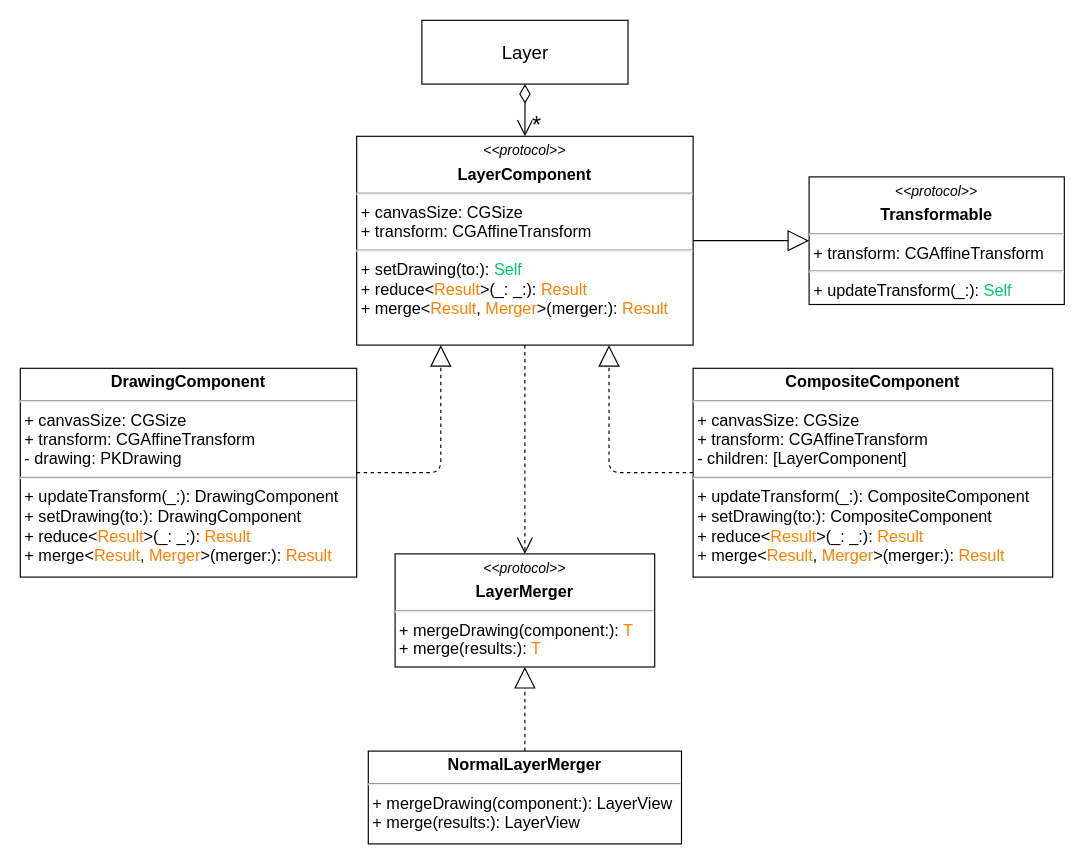
The draw.io diagram diagrams/LayerDiagram.drawio in CS3217-Storyteller/storyteller-app, before the edit. Source tidied: cells renumbered, new cells numbered last; positions are measured from the earlier drawing's top-left corner, leaving out a move shared by most shapes. Both pictures are drawn from the tidied source at 116%, with x=0, y=0 at pixel (20, 20).
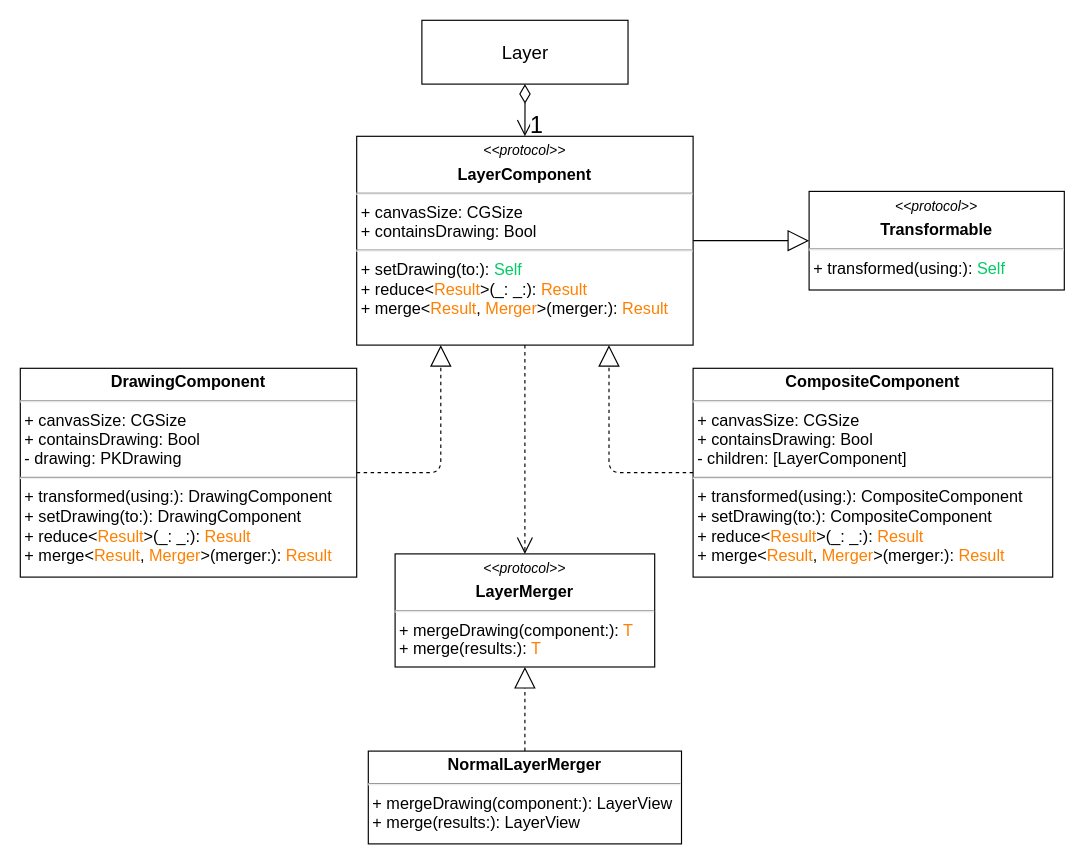
The same page after the edit.

Commit message (it also covers changes not shown here):
Update View Diagram

Unchanged cells that the change refers to:
```xml
<mxCell id="3" style="endArrow=open;html=1;endSize=12;startArrow=diamondThin;startSize=14;startFill=0;edgeStyle=orthogonalEdgeStyle;align=left;verticalAlign=bottom;exitX=0.5;exitY=1;exitDx=0;exitDy=0;entryX=0.5;entryY=0;entryDx=0;entryDy=0;" parent="1" edge="1" source="2" target="11">
  <mxGeometry x="575.9" y="-891" as="geometry" />
</mxCell>
```

The edit, as a diff of the source:
```diff
@@
-    <mxCell id="4" value="&lt;font style=&quot;font-size: 20px&quot;&gt;*&lt;/font&gt;" style="edgeLabel;html=1;align=center;verticalAlign=middle;" parent="3" vertex="1">
+    <mxCell id="4" value="&lt;font style=&quot;font-size: 20px&quot;&gt;1&lt;/font&gt;" style="edgeLabel;html=1;align=center;verticalAlign=middle;" parent="3" vertex="1">
       <mxGeometry relative="1" as="geometry">
         <mxPoint x="9.4" y="12" as="offset" />
       </mxGeometry>
     </mxCell>
@@
-    <mxCell id="10" value="&lt;p style=&quot;margin: 4px 0px 0px ; text-align: center ; font-size: 14px&quot;&gt;&lt;b style=&quot;font-size: 14px&quot;&gt;DrawingComponent&lt;/b&gt;&lt;/p&gt;&lt;hr style=&quot;font-size: 14px&quot;&gt;&lt;p style=&quot;margin: 0px 0px 0px 4px ; font-size: 14px&quot;&gt;+ canvasSize: CGSize&lt;/p&gt;&lt;p style=&quot;margin: 0px 0px 0px 4px ; font-size: 14px&quot;&gt;+&amp;nbsp;transform: CGAffineTransform&lt;/p&gt;&lt;p style=&quot;margin: 0px 0px 0px 4px ; font-size: 14px&quot;&gt;-&amp;nbsp;drawing: PKDrawing&amp;nbsp;&lt;/p&gt;&lt;hr style=&quot;font-size: 14px&quot;&gt;&lt;p style=&quot;margin: 0px 0px 0px 4px ; font-size: 14px&quot;&gt;+ updateTransform(_:): DrawingComponent&lt;br&gt;&lt;/p&gt;&lt;p style=&quot;margin: 0px 0px 0px 4px ; font-size: 14px&quot;&gt;+ setDrawing(to:): DrawingComponent&lt;/p&gt;&lt;p style=&quot;margin: 0px 0px 0px 4px ; font-size: 14px&quot;&gt;+ reduce&amp;lt;&lt;font color=&quot;#ff8000&quot;&gt;Result&lt;/font&gt;&amp;gt;(_: _:): &lt;font color=&quot;#ff8000&quot;&gt;Result&lt;/font&gt;&lt;/p&gt;&lt;p style=&quot;margin: 0px 0px 0px 4px ; font-size: 14px&quot;&gt;+&amp;nbsp;merge&amp;lt;&lt;font color=&quot;#ff8000&quot;&gt;Result&lt;/font&gt;, &lt;font color=&quot;#ff8000&quot;&gt;Merger&lt;/font&gt;&amp;gt;(merger:): &lt;font color=&quot;#ff8000&quot;&gt;Result&lt;/font&gt;&lt;/p&gt;" style="verticalAlign=top;align=left;overflow=fill;fontSize=14;fontFamily=Helvetica;html=1;" parent="1" vertex="1">
+    <mxCell id="10" value="&lt;p style=&quot;margin: 4px 0px 0px ; text-align: center ; font-size: 14px&quot;&gt;&lt;b style=&quot;font-size: 14px&quot;&gt;DrawingComponent&lt;/b&gt;&lt;/p&gt;&lt;hr style=&quot;font-size: 14px&quot;&gt;&lt;p style=&quot;margin: 0px 0px 0px 4px ; font-size: 14px&quot;&gt;+ canvasSize: CGSize&lt;/p&gt;&lt;p style=&quot;margin: 0px 0px 0px 4px ; font-size: 14px&quot;&gt;+ containsDrawing: Bool&lt;/p&gt;&lt;p style=&quot;margin: 0px 0px 0px 4px ; font-size: 14px&quot;&gt;-&amp;nbsp;drawing: PKDrawing&amp;nbsp;&lt;/p&gt;&lt;hr style=&quot;font-size: 14px&quot;&gt;&lt;p style=&quot;margin: 0px 0px 0px 4px ; font-size: 14px&quot;&gt;+ transformed(using:): DrawingComponent&lt;br&gt;&lt;/p&gt;&lt;p style=&quot;margin: 0px 0px 0px 4px ; font-size: 14px&quot;&gt;+ setDrawing(to:): DrawingComponent&lt;/p&gt;&lt;p style=&quot;margin: 0px 0px 0px 4px ; font-size: 14px&quot;&gt;+ reduce&amp;lt;&lt;font color=&quot;#ff8000&quot;&gt;Result&lt;/font&gt;&amp;gt;(_: _:): &lt;font color=&quot;#ff8000&quot;&gt;Result&lt;/font&gt;&lt;/p&gt;&lt;p style=&quot;margin: 0px 0px 0px 4px ; font-size: 14px&quot;&gt;+&amp;nbsp;merge&amp;lt;&lt;font color=&quot;#ff8000&quot;&gt;Result&lt;/font&gt;, &lt;font color=&quot;#ff8000&quot;&gt;Merger&lt;/font&gt;&amp;gt;(merger:): &lt;font color=&quot;#ff8000&quot;&gt;Result&lt;/font&gt;&lt;/p&gt;" style="verticalAlign=top;align=left;overflow=fill;fontSize=14;fontFamily=Helvetica;html=1;" parent="1" vertex="1">
       <mxGeometry y="300" width="290" height="180" as="geometry" />
     </mxCell>
-    <mxCell id="11" value="&lt;p style=&quot;margin: 4px 0px 0px ; text-align: center ; font-size: 14px&quot;&gt;&lt;i style=&quot;font-size: 12px&quot;&gt;&amp;lt;&amp;lt;protocol&amp;gt;&amp;gt;&lt;/i&gt;&lt;b style=&quot;font-size: 14px&quot;&gt;&lt;br&gt;&lt;/b&gt;&lt;/p&gt;&lt;p style=&quot;margin: 4px 0px 0px ; text-align: center ; font-size: 14px&quot;&gt;&lt;b style=&quot;font-size: 14px&quot;&gt;LayerComponent&lt;/b&gt;&lt;/p&gt;&lt;hr style=&quot;font-size: 14px&quot;&gt;&lt;p style=&quot;margin: 0px 0px 0px 4px ; font-size: 14px&quot;&gt;+ canvasSize: CGSize&lt;/p&gt;&lt;p style=&quot;margin: 0px 0px 0px 4px ; font-size: 14px&quot;&gt;+&amp;nbsp;transform: CGAffineTransform&lt;br&gt;&lt;/p&gt;&lt;hr style=&quot;font-size: 14px&quot;&gt;&lt;p style=&quot;margin: 0px 0px 0px 4px ; font-size: 14px&quot;&gt;+ setDrawing(to:): &lt;font color=&quot;#00cc66&quot;&gt;Self&lt;/font&gt;&lt;/p&gt;&lt;p style=&quot;margin: 0px 0px 0px 4px&quot;&gt;+ reduce&amp;lt;&lt;font color=&quot;#ff8000&quot;&gt;Result&lt;/font&gt;&amp;gt;(_: _:):&amp;nbsp;&lt;font color=&quot;#ff8000&quot;&gt;Result&lt;/font&gt;&lt;/p&gt;&lt;p style=&quot;margin: 0px 0px 0px 4px&quot;&gt;+&amp;nbsp;merge&amp;lt;&lt;font color=&quot;#ff8000&quot;&gt;Result&lt;/font&gt;,&amp;nbsp;&lt;font color=&quot;#ff8000&quot;&gt;Merger&lt;/font&gt;&amp;gt;(merger:):&amp;nbsp;&lt;font color=&quot;#ff8000&quot;&gt;Result&lt;/font&gt;&lt;/p&gt;" style="verticalAlign=top;align=left;overflow=fill;fontSize=14;fontFamily=Helvetica;html=1;" parent="1" vertex="1">
+    <mxCell id="11" value="&lt;p style=&quot;margin: 4px 0px 0px ; text-align: center ; font-size: 14px&quot;&gt;&lt;i style=&quot;font-size: 12px&quot;&gt;&amp;lt;&amp;lt;protocol&amp;gt;&amp;gt;&lt;/i&gt;&lt;b style=&quot;font-size: 14px&quot;&gt;&lt;br&gt;&lt;/b&gt;&lt;/p&gt;&lt;p style=&quot;margin: 4px 0px 0px ; text-align: center ; font-size: 14px&quot;&gt;&lt;b style=&quot;font-size: 14px&quot;&gt;LayerComponent&lt;/b&gt;&lt;/p&gt;&lt;hr style=&quot;font-size: 14px&quot;&gt;&lt;p style=&quot;margin: 0px 0px 0px 4px ; font-size: 14px&quot;&gt;+ canvasSize: CGSize&lt;/p&gt;&lt;p style=&quot;margin: 0px 0px 0px 4px ; font-size: 14px&quot;&gt;+ containsDrawing: Bool&lt;/p&gt;&lt;hr style=&quot;font-size: 14px&quot;&gt;&lt;p style=&quot;margin: 0px 0px 0px 4px ; font-size: 14px&quot;&gt;+ setDrawing(to:): &lt;font color=&quot;#00cc66&quot;&gt;Self&lt;/font&gt;&lt;/p&gt;&lt;p style=&quot;margin: 0px 0px 0px 4px&quot;&gt;+ reduce&amp;lt;&lt;font color=&quot;#ff8000&quot;&gt;Result&lt;/font&gt;&amp;gt;(_: _:):&amp;nbsp;&lt;font color=&quot;#ff8000&quot;&gt;Result&lt;/font&gt;&lt;/p&gt;&lt;p style=&quot;margin: 0px 0px 0px 4px&quot;&gt;+&amp;nbsp;merge&amp;lt;&lt;font color=&quot;#ff8000&quot;&gt;Result&lt;/font&gt;,&amp;nbsp;&lt;font color=&quot;#ff8000&quot;&gt;Merger&lt;/font&gt;&amp;gt;(merger:):&amp;nbsp;&lt;font color=&quot;#ff8000&quot;&gt;Result&lt;/font&gt;&lt;/p&gt;" style="verticalAlign=top;align=left;overflow=fill;fontSize=14;fontFamily=Helvetica;html=1;" parent="1" vertex="1">
       <mxGeometry x="290" y="100" width="290" height="180" as="geometry" />
     </mxCell>
-    <mxCell id="12" value="&lt;p style=&quot;margin: 4px 0px 0px ; text-align: center ; font-size: 14px&quot;&gt;&lt;b style=&quot;font-size: 14px&quot;&gt;CompositeComponent&lt;/b&gt;&lt;/p&gt;&lt;hr style=&quot;font-size: 14px&quot;&gt;&lt;p style=&quot;margin: 0px 0px 0px 4px ; font-size: 14px&quot;&gt;+ canvasSize: CGSize&lt;/p&gt;&lt;p style=&quot;margin: 0px 0px 0px 4px ; font-size: 14px&quot;&gt;+&amp;nbsp;transform: CGAffineTransform&lt;/p&gt;&lt;p style=&quot;margin: 0px 0px 0px 4px ; font-size: 14px&quot;&gt;-&amp;nbsp;children: [LayerComponent]&amp;nbsp;&lt;/p&gt;&lt;hr style=&quot;font-size: 14px&quot;&gt;&lt;p style=&quot;margin: 0px 0px 0px 4px ; font-size: 14px&quot;&gt;+ updateTransform(_:): CompositeComponent&lt;br&gt;&lt;/p&gt;&lt;p style=&quot;margin: 0px 0px 0px 4px ; font-size: 14px&quot;&gt;+ setDrawing(to:): CompositeComponent&lt;/p&gt;&lt;p style=&quot;margin: 0px 0px 0px 4px ; font-size: 14px&quot;&gt;+ reduce&amp;lt;&lt;font color=&quot;#ff8000&quot;&gt;Result&lt;/font&gt;&amp;gt;(_: _:): &lt;font color=&quot;#ff8000&quot;&gt;Result&lt;/font&gt;&lt;/p&gt;&lt;p style=&quot;margin: 0px 0px 0px 4px ; font-size: 14px&quot;&gt;+&amp;nbsp;merge&amp;lt;&lt;font color=&quot;#ff8000&quot;&gt;Result&lt;/font&gt;, &lt;font color=&quot;#ff8000&quot;&gt;Merger&lt;/font&gt;&amp;gt;(merger:): &lt;font color=&quot;#ff8000&quot;&gt;Result&lt;/font&gt;&lt;/p&gt;" style="verticalAlign=top;align=left;overflow=fill;fontSize=14;fontFamily=Helvetica;html=1;" parent="1" vertex="1">
+    <mxCell id="12" value="&lt;p style=&quot;margin: 4px 0px 0px ; text-align: center ; font-size: 14px&quot;&gt;&lt;b style=&quot;font-size: 14px&quot;&gt;CompositeComponent&lt;/b&gt;&lt;/p&gt;&lt;hr style=&quot;font-size: 14px&quot;&gt;&lt;p style=&quot;margin: 0px 0px 0px 4px ; font-size: 14px&quot;&gt;+ canvasSize: CGSize&lt;/p&gt;&lt;p style=&quot;margin: 0px 0px 0px 4px ; font-size: 14px&quot;&gt;+&amp;nbsp;containsDrawing: Bool&lt;/p&gt;&lt;p style=&quot;margin: 0px 0px 0px 4px ; font-size: 14px&quot;&gt;-&amp;nbsp;children: [LayerComponent]&amp;nbsp;&lt;/p&gt;&lt;hr style=&quot;font-size: 14px&quot;&gt;&lt;p style=&quot;margin: 0px 0px 0px 4px ; font-size: 14px&quot;&gt;+ transformed(using:):&amp;nbsp;CompositeComponent&lt;br&gt;&lt;/p&gt;&lt;p style=&quot;margin: 0px 0px 0px 4px ; font-size: 14px&quot;&gt;+ setDrawing(to:): CompositeComponent&lt;/p&gt;&lt;p style=&quot;margin: 0px 0px 0px 4px ; font-size: 14px&quot;&gt;+ reduce&amp;lt;&lt;font color=&quot;#ff8000&quot;&gt;Result&lt;/font&gt;&amp;gt;(_: _:): &lt;font color=&quot;#ff8000&quot;&gt;Result&lt;/font&gt;&lt;/p&gt;&lt;p style=&quot;margin: 0px 0px 0px 4px ; font-size: 14px&quot;&gt;+&amp;nbsp;merge&amp;lt;&lt;font color=&quot;#ff8000&quot;&gt;Result&lt;/font&gt;, &lt;font color=&quot;#ff8000&quot;&gt;Merger&lt;/font&gt;&amp;gt;(merger:): &lt;font color=&quot;#ff8000&quot;&gt;Result&lt;/font&gt;&lt;/p&gt;" style="verticalAlign=top;align=left;overflow=fill;fontSize=14;fontFamily=Helvetica;html=1;" parent="1" vertex="1">
       <mxGeometry x="580" y="300" width="310" height="180" as="geometry" />
     </mxCell>
-    <mxCell id="13" value="&lt;p style=&quot;margin: 4px 0px 0px ; text-align: center ; font-size: 14px&quot;&gt;&lt;i style=&quot;font-size: 12px&quot;&gt;&amp;lt;&amp;lt;protocol&amp;gt;&amp;gt;&lt;/i&gt;&lt;b style=&quot;font-size: 14px&quot;&gt;&lt;br&gt;&lt;/b&gt;&lt;/p&gt;&lt;p style=&quot;margin: 4px 0px 0px ; text-align: center ; font-size: 14px&quot;&gt;&lt;b style=&quot;font-size: 14px&quot;&gt;Transformable&lt;/b&gt;&lt;/p&gt;&lt;hr style=&quot;font-size: 14px&quot;&gt;&lt;p style=&quot;margin: 0px 0px 0px 4px ; font-size: 14px&quot;&gt;&lt;span&gt;+&amp;nbsp;transform: CGAffineTransform&lt;/span&gt;&lt;br&gt;&lt;/p&gt;&lt;hr style=&quot;font-size: 14px&quot;&gt;&lt;p style=&quot;margin: 0px 0px 0px 4px ; font-size: 14px&quot;&gt;+ updateTransform(_:): &lt;font color=&quot;#00cc66&quot;&gt;Self&lt;/font&gt;&lt;/p&gt;" style="verticalAlign=top;align=left;overflow=fill;fontSize=14;fontFamily=Helvetica;html=1;" parent="1" vertex="1">
-      <mxGeometry x="680" y="135" width="220" height="110" as="geometry" />
+    <mxCell id="13" value="&lt;p style=&quot;margin: 4px 0px 0px ; text-align: center ; font-size: 14px&quot;&gt;&lt;i style=&quot;font-size: 12px&quot;&gt;&amp;lt;&amp;lt;protocol&amp;gt;&amp;gt;&lt;/i&gt;&lt;b style=&quot;font-size: 14px&quot;&gt;&lt;br&gt;&lt;/b&gt;&lt;/p&gt;&lt;p style=&quot;margin: 4px 0px 0px ; text-align: center ; font-size: 14px&quot;&gt;&lt;b style=&quot;font-size: 14px&quot;&gt;Transformable&lt;/b&gt;&lt;/p&gt;&lt;hr style=&quot;font-size: 14px&quot;&gt;&lt;p style=&quot;margin: 0px 0px 0px 4px ; font-size: 14px&quot;&gt;+ transformed(using:): &lt;font color=&quot;#00cc66&quot;&gt;Self&lt;/font&gt;&lt;/p&gt;" style="verticalAlign=top;align=left;overflow=fill;fontSize=14;fontFamily=Helvetica;html=1;" parent="1" vertex="1">
+      <mxGeometry x="680" y="147.5" width="220" height="85" as="geometry" />
     </mxCell>
```
